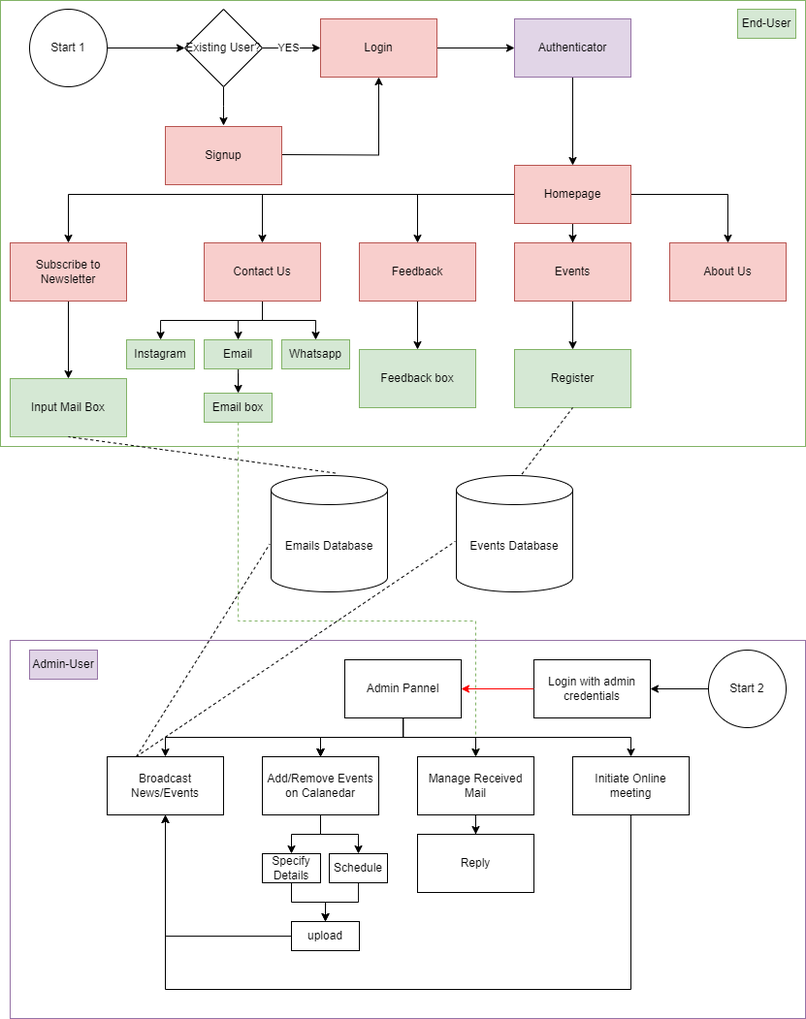
This is Drafts/Workflow Diagram.drawio.png from TheMadTomato/Event-Planner-WebApp, a draw.io export, as it was before one commit. Source tidied: cells renumbered, new cells last; positions are measured from the earlier drawing's top-left corner, leaving out a move shared by most shapes.
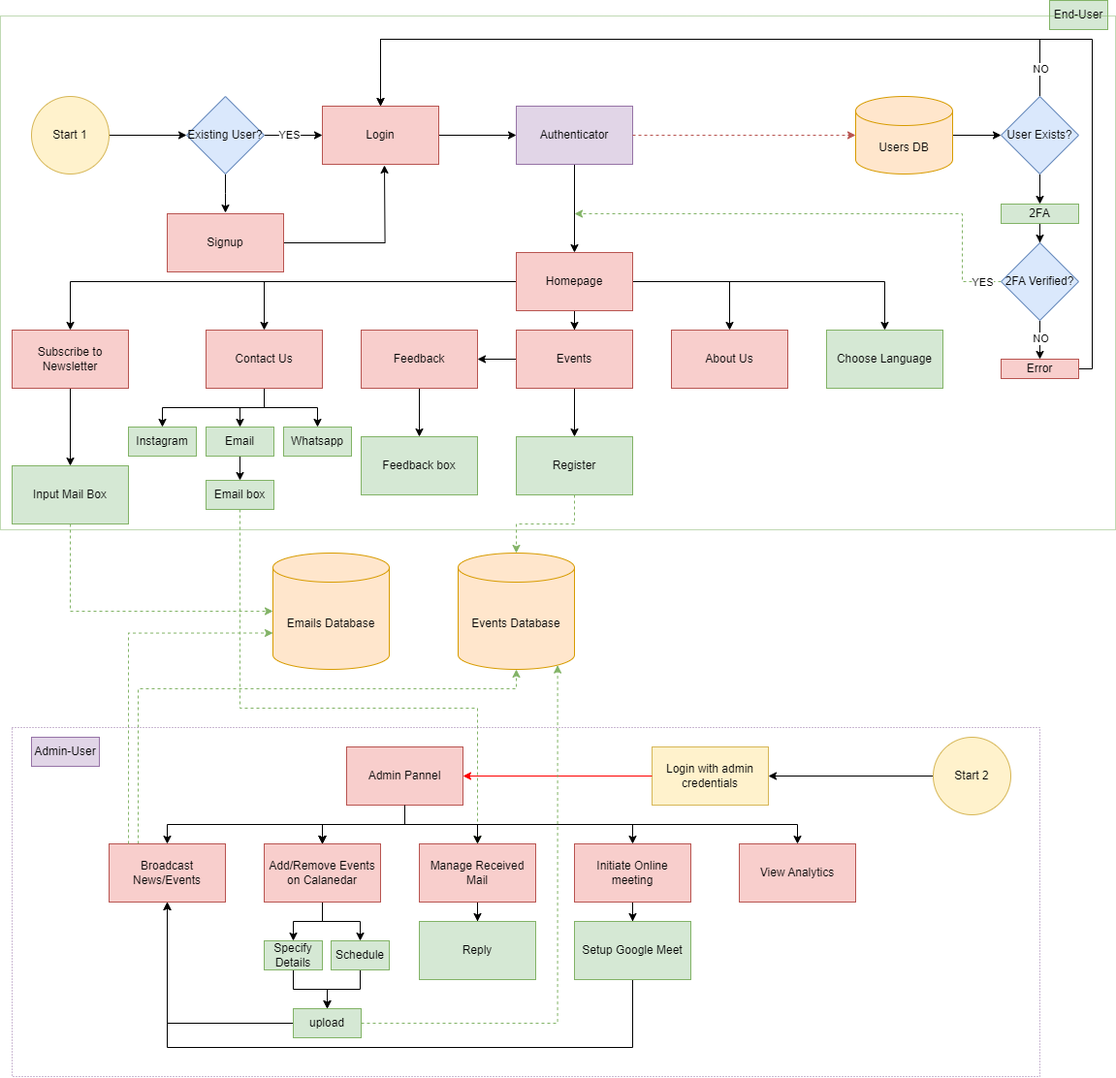
After the commit.

Commit message:
Update Draft of Workflow Diagram

Change to the diagram source:
```diff
@@ -7,3 +7,3 @@
     </mxCell>
-    <mxCell id="3" value="Start 1" style="ellipse;whiteSpace=wrap;html=1;" parent="1" vertex="1">
+    <mxCell id="3" value="Start 1" style="ellipse;whiteSpace=wrap;html=1;fillColor=#fff2cc;strokeColor=#d6b656;" parent="1" vertex="1">
       <mxGeometry x="30" y="9" width="80" height="80" as="geometry" />
@@ -21,3 +21,3 @@
     </mxCell>
-    <mxCell id="7" value="Existing User?" style="rhombus;whiteSpace=wrap;html=1;" parent="1" vertex="1">
+    <mxCell id="7" value="Existing User?" style="rhombus;whiteSpace=wrap;html=1;fillColor=#dae8fc;strokeColor=#6c8ebf;" parent="1" vertex="1">
       <mxGeometry x="190" y="9" width="80" height="80" as="geometry" />
@@ -30,7 +30,7 @@
     </mxCell>
-    <mxCell id="10" style="edgeStyle=orthogonalEdgeStyle;rounded=0;jettySize=auto;html=1;entryX=0.5;entryY=1;entryDx=0;entryDy=0;" parent="1" edge="1" target="9">
-      <mxGeometry relative="1" as="geometry">
-        <mxPoint x="290" y="159" as="sourcePoint" />
-      </mxGeometry>
-    </mxCell>
+    <mxCell id="77" style="edgeStyle=orthogonalEdgeStyle;rounded=0;jettySize=auto;html=1;" parent="1" edge="1" source="11">
+      <mxGeometry relative="1" as="geometry">
+        <mxPoint x="394" y="80" as="targetPoint" />
+      </mxGeometry>
+    </mxCell>
     <mxCell id="11" value="Signup" style="whiteSpace=wrap;html=1;fillColor=#f8cecc;strokeColor=#b85450;" parent="1" vertex="1">
@@ -50,3 +50,3 @@
     </mxCell>
-    <mxCell id="16" style="edgeStyle=orthogonalEdgeStyle;rounded=0;jettySize=auto;html=1;" parent="1" edge="1" source="19" target="24">
+    <mxCell id="16" style="edgeStyle=orthogonalEdgeStyle;rounded=0;jettySize=auto;html=1;exitX=0;exitY=0.5;exitDx=0;exitDy=0;" parent="1" edge="1" source="22" target="24">
       <mxGeometry relative="1" as="geometry" />
@@ -59,2 +59,5 @@
     </mxCell>
+    <mxCell id="78" style="edgeStyle=orthogonalEdgeStyle;rounded=0;jettySize=auto;html=1;exitX=1;exitY=0.5;exitDx=0;exitDy=0;entryX=0.5;entryY=0;entryDx=0;entryDy=0;" parent="1" edge="1" source="19" target="101">
+      <mxGeometry relative="1" as="geometry" />
+    </mxCell>
     <mxCell id="19" value="Homepage" style="whiteSpace=wrap;html=1;fillColor=#f8cecc;strokeColor=#b85450;" parent="1" vertex="1">
@@ -122,19 +125,13 @@
     </mxCell>
-    <mxCell id="38" value="Emails Database" style="shape=cylinder3;whiteSpace=wrap;html=1;boundedLbl=1;backgroundOutline=1;size=15;" parent="1" vertex="1">
-      <mxGeometry x="279" y="490" width="120" height="120" as="geometry" />
+    <mxCell id="38" value="Emails Database" style="shape=cylinder3;whiteSpace=wrap;html=1;boundedLbl=1;backgroundOutline=1;size=15;fillColor=#ffe6cc;strokeColor=#d79b00;" parent="1" vertex="1">
+      <mxGeometry x="279" y="480" width="120" height="120" as="geometry" />
     </mxCell>
-    <mxCell id="39" style="rounded=0;whiteSpace=wrap;html=1;fillColor=none;strokeColor=#82b366;gradientColor=none;" parent="1" vertex="1">
-      <mxGeometry width="830" height="460" as="geometry" />
-    </mxCell>
-    <mxCell id="40" style="endArrow=none;dashed=1;html=1;rounded=0;exitX=0.553;exitY=-0.021;exitDx=0;exitDy=0;exitPerimeter=0;entryX=0.5;entryY=1;entryDx=0;entryDy=0;" parent="1" edge="1" source="38" target="37">
-      <mxGeometry relative="1" as="geometry" />
-    </mxCell>
+    <mxCell id="42" style="edgeStyle=orthogonalEdgeStyle;rounded=0;jettySize=auto;html=1;entryX=1;entryY=0.5;entryDx=0;entryDy=0;" parent="1" edge="1" source="43" target="72">
+      <mxGeometry relative="1" as="geometry" />
+    </mxCell>
     <mxCell id="41" value="End-User" style="text;html=1;align=center;verticalAlign=middle;whiteSpace=wrap;rounded=0;fillColor=#d5e8d4;strokeColor=#82b366;" parent="1" vertex="1">
-      <mxGeometry x="760" y="9" width="60" height="30" as="geometry" />
+      <mxGeometry x="1080" y="-90" width="60" height="30" as="geometry" />
     </mxCell>
-    <mxCell id="42" style="edgeStyle=orthogonalEdgeStyle;rounded=0;jettySize=auto;html=1;entryX=1;entryY=0.5;entryDx=0;entryDy=0;" parent="1" edge="1" source="43" target="72">
-      <mxGeometry relative="1" as="geometry" />
-    </mxCell>
-    <mxCell id="43" value="Start 2" style="ellipse;whiteSpace=wrap;html=1;" parent="1" vertex="1">
-      <mxGeometry x="730" y="670" width="80" height="80" as="geometry" />
+    <mxCell id="43" value="Start 2" style="ellipse;whiteSpace=wrap;html=1;fillColor=#fff2cc;strokeColor=#d6b656;" parent="1" vertex="1">
+      <mxGeometry x="960" y="670" width="80" height="80" as="geometry" />
     </mxCell>
@@ -151,8 +148,5 @@
     </mxCell>
-    <mxCell id="46" value="Events Database" style="shape=cylinder3;whiteSpace=wrap;html=1;boundedLbl=1;backgroundOutline=1;size=15;" parent="1" vertex="1">
-      <mxGeometry x="470" y="490" width="120" height="120" as="geometry" />
+    <mxCell id="46" value="Events Database" style="shape=cylinder3;whiteSpace=wrap;html=1;boundedLbl=1;backgroundOutline=1;size=15;fillColor=#ffe6cc;strokeColor=#d79b00;" parent="1" vertex="1">
+      <mxGeometry x="470" y="480" width="120" height="120" as="geometry" />
     </mxCell>
-    <mxCell id="47" style="endArrow=none;dashed=1;html=1;rounded=0;exitX=0.564;exitY=-0.013;exitDx=0;exitDy=0;exitPerimeter=0;entryX=0.5;entryY=1;entryDx=0;entryDy=0;" parent="1" edge="1" source="46" target="29">
-      <mxGeometry relative="1" as="geometry" />
-    </mxCell>
     <mxCell id="48" style="edgeStyle=orthogonalEdgeStyle;rounded=0;jettySize=auto;html=1;" parent="1" edge="1" source="54" target="55">
@@ -185,6 +179,22 @@
     </mxCell>
+    <mxCell id="79" style="edgeStyle=orthogonalEdgeStyle;rounded=0;jettySize=auto;html=1;" parent="1" edge="1" source="54" target="97">
+      <mxGeometry relative="1" as="geometry">
+        <Array as="points">
+          <mxPoint x="415" y="760" />
+          <mxPoint x="820" y="760" />
+        </Array>
+      </mxGeometry>
+    </mxCell>
-    <mxCell id="54" value="Admin Pannel" style="whiteSpace=wrap;html=1;" parent="1" vertex="1">
+    <mxCell id="54" value="Admin Pannel" style="whiteSpace=wrap;html=1;fillColor=#f8cecc;strokeColor=#b85450;" parent="1" vertex="1">
       <mxGeometry x="355" y="680" width="120" height="60" as="geometry" />
     </mxCell>
+    <mxCell id="71" style="edgeStyle=orthogonalEdgeStyle;rounded=0;jettySize=auto;html=1;exitX=0.25;exitY=0;exitDx=0;exitDy=0;fillColor=#d5e8d4;strokeColor=#82b366;dashed=1;" parent="1" edge="1" source="55" target="46">
+      <mxGeometry relative="1" as="geometry">
+        <Array as="points">
+          <mxPoint x="140" y="620" />
+          <mxPoint x="530" y="620" />
+        </Array>
+      </mxGeometry>
+    </mxCell>
-    <mxCell id="55" value="Broadcast News/Events" style="whiteSpace=wrap;html=1;" parent="1" vertex="1">
+    <mxCell id="55" value="Broadcast News/Events" style="whiteSpace=wrap;html=1;fillColor=#f8cecc;strokeColor=#b85450;" parent="1" vertex="1">
       <mxGeometry x="110" y="780" width="120" height="60" as="geometry" />
@@ -197,3 +207,3 @@
     </mxCell>
-    <mxCell id="58" value="Add/Remove Events on Calanedar" style="whiteSpace=wrap;html=1;" parent="1" vertex="1">
+    <mxCell id="58" value="Add/Remove Events on Calanedar" style="whiteSpace=wrap;html=1;fillColor=#f8cecc;strokeColor=#b85450;" parent="1" vertex="1">
       <mxGeometry x="270" y="780" width="120" height="60" as="geometry" />
@@ -203,3 +213,3 @@
     </mxCell>
-    <mxCell id="60" value="Manage Received Mail" style="whiteSpace=wrap;html=1;" parent="1" vertex="1">
+    <mxCell id="60" value="Manage Received Mail" style="whiteSpace=wrap;html=1;fillColor=#f8cecc;strokeColor=#b85450;" parent="1" vertex="1">
       <mxGeometry x="430" y="780" width="120" height="60" as="geometry" />
@@ -214,12 +224,6 @@
     </mxCell>
-    <mxCell id="62" style="edgeStyle=orthogonalEdgeStyle;rounded=0;jettySize=auto;html=1;" parent="1" edge="1" source="63">
-      <mxGeometry relative="1" as="geometry">
-        <mxPoint x="170" y="840" as="targetPoint" />
-        <Array as="points">
-          <mxPoint x="650" y="1020" />
-          <mxPoint x="170" y="1020" />
-        </Array>
-      </mxGeometry>
-    </mxCell>
+    <mxCell id="80" style="edgeStyle=orthogonalEdgeStyle;rounded=0;jettySize=auto;html=1;" parent="1" edge="1" source="63" target="96">
+      <mxGeometry relative="1" as="geometry" />
+    </mxCell>
-    <mxCell id="63" value="Initiate Online meeting" style="whiteSpace=wrap;html=1;" parent="1" vertex="1">
+    <mxCell id="63" value="Initiate Online meeting" style="whiteSpace=wrap;html=1;fillColor=#f8cecc;strokeColor=#b85450;" parent="1" vertex="1">
       <mxGeometry x="590" y="780" width="120" height="60" as="geometry" />
@@ -229,3 +233,3 @@
     </mxCell>
-    <mxCell id="65" value="Specify Details" style="whiteSpace=wrap;html=1;" parent="1" vertex="1">
+    <mxCell id="65" value="Specify Details" style="whiteSpace=wrap;html=1;fillColor=#d5e8d4;strokeColor=#82b366;" parent="1" vertex="1">
       <mxGeometry x="270" y="880" width="60" height="30" as="geometry" />
@@ -235,3 +239,3 @@
     </mxCell>
-    <mxCell id="67" value="Schedule" style="whiteSpace=wrap;html=1;" parent="1" vertex="1">
+    <mxCell id="67" value="Schedule" style="whiteSpace=wrap;html=1;fillColor=#d5e8d4;strokeColor=#82b366;" parent="1" vertex="1">
       <mxGeometry x="339" y="880" width="60" height="30" as="geometry" />
@@ -241,13 +245,7 @@
     </mxCell>
-    <mxCell id="69" value="upload" style="rounded=0;whiteSpace=wrap;html=1;" parent="1" vertex="1">
+    <mxCell id="69" value="upload" style="rounded=0;whiteSpace=wrap;html=1;fillColor=#d5e8d4;strokeColor=#82b366;" parent="1" vertex="1">
       <mxGeometry x="300" y="950" width="70" height="30" as="geometry" />
     </mxCell>
-    <mxCell id="70" style="endArrow=none;dashed=1;html=1;rounded=0;exitX=0.25;exitY=0;exitDx=0;exitDy=0;entryX=-0.012;entryY=0.589;entryDx=0;entryDy=0;entryPerimeter=0;" parent="1" edge="1" source="55" target="38">
-      <mxGeometry relative="1" as="geometry" />
-    </mxCell>
-    <mxCell id="71" style="endArrow=none;dashed=1;html=1;rounded=0;exitX=0.25;exitY=0;exitDx=0;exitDy=0;entryX=-0.009;entryY=0.566;entryDx=0;entryDy=0;entryPerimeter=0;" parent="1" edge="1" source="55" target="46">
-      <mxGeometry relative="1" as="geometry" />
-    </mxCell>
-    <mxCell id="72" value="Login with admin credentials" style="rounded=0;whiteSpace=wrap;html=1;" parent="1" vertex="1">
-      <mxGeometry x="550" y="680" width="120" height="60" as="geometry" />
+    <mxCell id="72" value="Login with admin credentials" style="rounded=0;whiteSpace=wrap;html=1;fillColor=#fff2cc;strokeColor=#d6b656;" parent="1" vertex="1">
+      <mxGeometry x="670" y="680" width="120" height="60" as="geometry" />
     </mxCell>
@@ -256,8 +254,5 @@
     </mxCell>
-    <mxCell id="74" value="Reply" style="whiteSpace=wrap;html=1;" parent="1" vertex="1">
+    <mxCell id="74" value="Reply" style="whiteSpace=wrap;html=1;fillColor=#d5e8d4;strokeColor=#82b366;" parent="1" vertex="1">
       <mxGeometry x="430" y="860" width="120" height="60" as="geometry" />
     </mxCell>
-    <mxCell id="75" style="rounded=0;whiteSpace=wrap;html=1;fillColor=none;strokeColor=#9673a6;" parent="1" vertex="1">
-      <mxGeometry x="10" y="660" width="820" height="390" as="geometry" />
-    </mxCell>
     <mxCell id="76" value="Admin-User" style="text;html=1;align=center;verticalAlign=middle;whiteSpace=wrap;rounded=0;fillColor=#e1d5e7;strokeColor=#9673a6;" parent="1" vertex="1">
@@ -265,2 +260,107 @@
     </mxCell>
+    <mxCell id="81" style="edgeStyle=orthogonalEdgeStyle;rounded=0;jettySize=auto;html=1;exitX=1;exitY=0.5;exitDx=0;exitDy=0;exitPerimeter=0;entryX=0;entryY=0.5;entryDx=0;entryDy=0;" parent="1" edge="1" source="82" target="87">
+      <mxGeometry relative="1" as="geometry" />
+    </mxCell>
+    <mxCell id="82" value="Users DB" style="shape=cylinder3;whiteSpace=wrap;html=1;boundedLbl=1;backgroundOutline=1;size=15;fillColor=#ffe6cc;strokeColor=#d79b00;" parent="1" vertex="1">
+      <mxGeometry x="880" y="9" width="100" height="80" as="geometry" />
+    </mxCell>
+    <mxCell id="83" style="edgeStyle=orthogonalEdgeStyle;rounded=0;jettySize=auto;html=1;entryX=0;entryY=0.5;entryDx=0;entryDy=0;entryPerimeter=0;dashed=1;fillColor=#f8cecc;strokeColor=#b85450;" parent="1" edge="1" source="13" target="82">
+      <mxGeometry relative="1" as="geometry" />
+    </mxCell>
+    <mxCell id="84" style="edgeStyle=orthogonalEdgeStyle;rounded=0;jettySize=auto;html=1;entryX=0.5;entryY=0;entryDx=0;entryDy=0;" parent="1" edge="1" source="87" target="9">
+      <mxGeometry relative="1" as="geometry">
+        <Array as="points">
+          <mxPoint x="1070" y="-50" />
+          <mxPoint x="390" y="-50" />
+        </Array>
+      </mxGeometry>
+    </mxCell>
+    <mxCell id="85" value="NO" style="edgeLabel;html=1;align=center;verticalAlign=middle;" parent="84" vertex="1">
+      <mxGeometry x="-0.93" relative="1" as="geometry" />
+    </mxCell>
+    <mxCell id="86" style="edgeStyle=orthogonalEdgeStyle;rounded=0;jettySize=auto;html=1;" parent="1" edge="1" source="87" target="89">
+      <mxGeometry relative="1" as="geometry" />
+    </mxCell>
+    <mxCell id="87" value="User Exists?" style="rhombus;whiteSpace=wrap;html=1;fillColor=#dae8fc;strokeColor=#6c8ebf;" parent="1" vertex="1">
+      <mxGeometry x="1030" y="9" width="80" height="80" as="geometry" />
+    </mxCell>
+    <mxCell id="88" style="edgeStyle=orthogonalEdgeStyle;rounded=0;jettySize=auto;html=1;" parent="1" edge="1" source="89" target="94">
+      <mxGeometry relative="1" as="geometry" />
+    </mxCell>
+    <mxCell id="89" value="2FA" style="whiteSpace=wrap;html=1;fillColor=#d5e8d4;strokeColor=#82b366;" parent="1" vertex="1">
+      <mxGeometry x="1030" y="120" width="80" height="20" as="geometry" />
+    </mxCell>
+    <mxCell id="90" style="edgeStyle=orthogonalEdgeStyle;rounded=0;jettySize=auto;html=1;fillColor=#d5e8d4;strokeColor=#82b366;dashed=1;" parent="1" edge="1" source="94">
+      <mxGeometry relative="1" as="geometry">
+        <mxPoint x="590" y="130" as="targetPoint" />
+        <Array as="points">
+          <mxPoint x="990" y="200" />
+          <mxPoint x="990" y="130" />
+        </Array>
+      </mxGeometry>
+    </mxCell>
+    <mxCell id="91" value="YES" style="edgeLabel;html=1;align=center;verticalAlign=middle;" parent="90" vertex="1">
+      <mxGeometry x="-0.92" relative="1" as="geometry" />
+    </mxCell>
+    <mxCell id="92" style="edgeStyle=orthogonalEdgeStyle;rounded=0;jettySize=auto;html=1;exitX=0.5;exitY=1;exitDx=0;exitDy=0;entryX=0.5;entryY=0;entryDx=0;entryDy=0;" parent="1" edge="1" source="94" target="104">
+      <mxGeometry relative="1" as="geometry" />
+    </mxCell>
+    <mxCell id="93" value="NO" style="edgeLabel;html=1;align=center;verticalAlign=middle;" parent="92" vertex="1">
+      <mxGeometry x="-0.05" relative="1" as="geometry" />
+    </mxCell>
+    <mxCell id="94" value="2FA Verified?" style="rhombus;whiteSpace=wrap;html=1;fillColor=#dae8fc;strokeColor=#6c8ebf;" parent="1" vertex="1">
+      <mxGeometry x="1030" y="160" width="80" height="80" as="geometry" />
+    </mxCell>
+    <mxCell id="95" style="edgeStyle=orthogonalEdgeStyle;rounded=0;jettySize=auto;html=1;" parent="1" edge="1" source="96">
+      <mxGeometry relative="1" as="geometry">
+        <mxPoint x="170" y="840" as="targetPoint" />
+        <Array as="points">
+          <mxPoint x="650" y="990" />
+          <mxPoint x="170" y="990" />
+        </Array>
+      </mxGeometry>
+    </mxCell>
+    <mxCell id="96" value="Setup Google Meet" style="whiteSpace=wrap;html=1;fillColor=#d5e8d4;strokeColor=#82b366;" parent="1" vertex="1">
+      <mxGeometry x="590" y="860" width="120" height="60" as="geometry" />
+    </mxCell>
+    <mxCell id="97" value="View Analytics" style="whiteSpace=wrap;html=1;fillColor=#f8cecc;strokeColor=#b85450;" parent="1" vertex="1">
+      <mxGeometry x="760" y="780" width="120" height="60" as="geometry" />
+    </mxCell>
+    <mxCell id="98" style="edgeStyle=orthogonalEdgeStyle;rounded=0;jettySize=auto;html=1;entryX=0;entryY=0.5;entryDx=0;entryDy=0;entryPerimeter=0;dashed=1;fillColor=#d5e8d4;strokeColor=#82b366;" parent="1" edge="1" source="37" target="38">
+      <mxGeometry relative="1" as="geometry">
+        <Array as="points">
+          <mxPoint x="70" y="540" />
+        </Array>
+      </mxGeometry>
+    </mxCell>
+    <mxCell id="70" style="edgeStyle=orthogonalEdgeStyle;rounded=0;jettySize=auto;html=1;exitX=0.167;exitY=0;exitDx=0;exitDy=0;entryX=0;entryY=0;entryDx=0;entryDy=82.49999999999999;entryPerimeter=0;dashed=1;fillColor=#d5e8d4;strokeColor=#82b366;exitPerimeter=0;" parent="1" edge="1" source="55" target="38">
+      <mxGeometry relative="1" as="geometry" />
+    </mxCell>
+    <mxCell id="99" style="edgeStyle=orthogonalEdgeStyle;rounded=0;jettySize=auto;html=1;entryX=0.855;entryY=1;entryDx=0;entryDy=-4.35;entryPerimeter=0;fillColor=#d5e8d4;strokeColor=#82b366;dashed=1;" parent="1" edge="1" source="69" target="46">
+      <mxGeometry relative="1" as="geometry" />
+    </mxCell>
+    <mxCell id="100" style="edgeStyle=orthogonalEdgeStyle;rounded=0;jettySize=auto;html=1;entryX=0.5;entryY=0;entryDx=0;entryDy=0;entryPerimeter=0;dashed=1;fillColor=#d5e8d4;strokeColor=#82b366;" parent="1" edge="1" source="29" target="46">
+      <mxGeometry relative="1" as="geometry" />
+    </mxCell>
+    <mxCell id="101" value="Choose Language" style="whiteSpace=wrap;html=1;fillColor=#d5e8d4;strokeColor=#82b366;" parent="1" vertex="1">
+      <mxGeometry x="850" y="250" width="120" height="60" as="geometry" />
+    </mxCell>
+    <mxCell id="102" style="rounded=0;whiteSpace=wrap;html=1;fillColor=none;strokeColor=#9673a6;dashed=1;dashPattern=1 2;" parent="1" vertex="1">
+      <mxGeometry x="10" y="660" width="1060" height="360" as="geometry" />
+    </mxCell>
+    <mxCell id="103" style="edgeStyle=orthogonalEdgeStyle;rounded=0;jettySize=auto;html=1;entryX=0.5;entryY=0;entryDx=0;entryDy=0;" parent="1" edge="1" source="104" target="9">
+      <mxGeometry relative="1" as="geometry">
+        <Array as="points">
+          <mxPoint x="1124" y="290" />
+          <mxPoint x="1124" y="-50" />
+          <mxPoint x="390" y="-50" />
+        </Array>
+      </mxGeometry>
+    </mxCell>
+    <mxCell id="104" value="Error" style="whiteSpace=wrap;html=1;fillColor=#f8cecc;strokeColor=#b85450;" parent="1" vertex="1">
+      <mxGeometry x="1030" y="280" width="80" height="20" as="geometry" />
+    </mxCell>
+    <mxCell id="105" style="rounded=0;whiteSpace=wrap;html=1;fillColor=none;strokeColor=#82b366;dashed=1;dashPattern=1 1;" parent="1" vertex="1">
+      <mxGeometry x="-2" y="-74" width="1150" height="530" as="geometry" />
+    </mxCell>
   </root>
```
